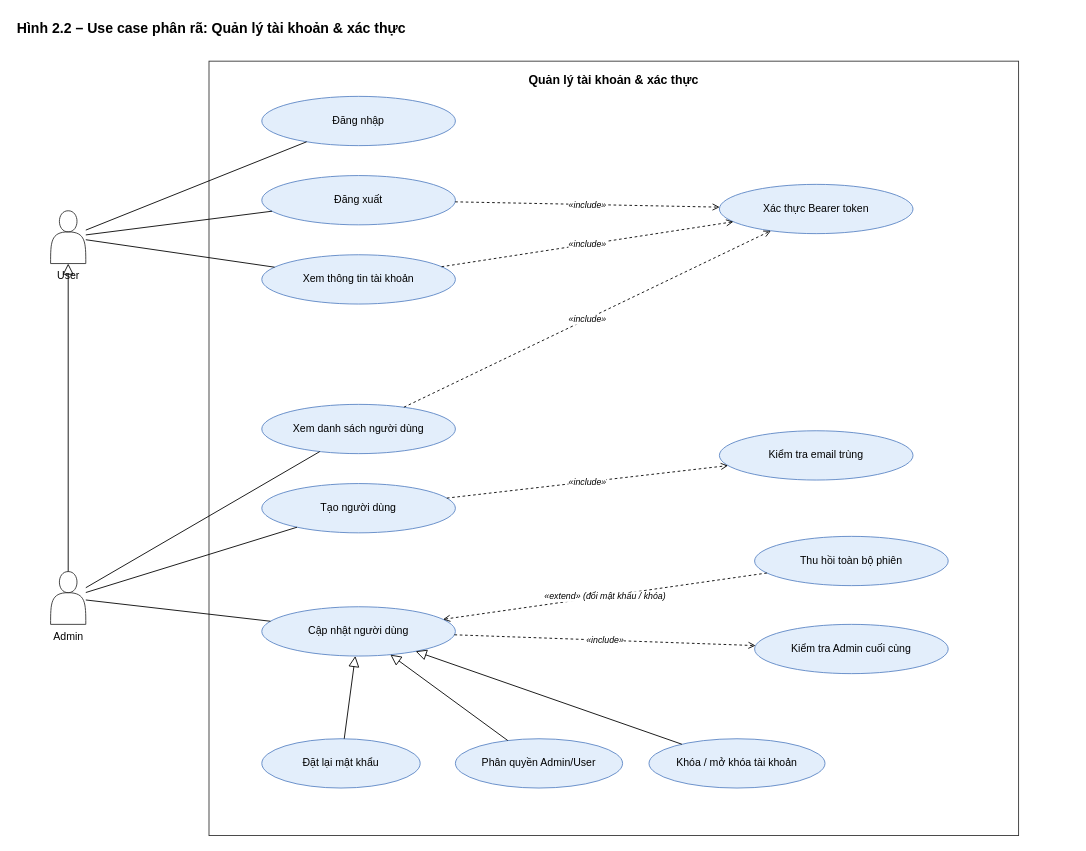
Above: page "2.2 UC Quản lý tài khoản" (7 of 44) of docs/uml/Vehicle_Tracking_UML.drawio in Oszumeiii/Vehicle_Tracking_BE (draw.io), before the change. Source tidied: cells renumbered, new cells numbered last; positions are measured from the earlier drawing's top-left corner, leaving out a move shared by most shapes. Both pictures are drawn from the tidied source at 88%, with x=0, y=0 at pixel (15, 15).
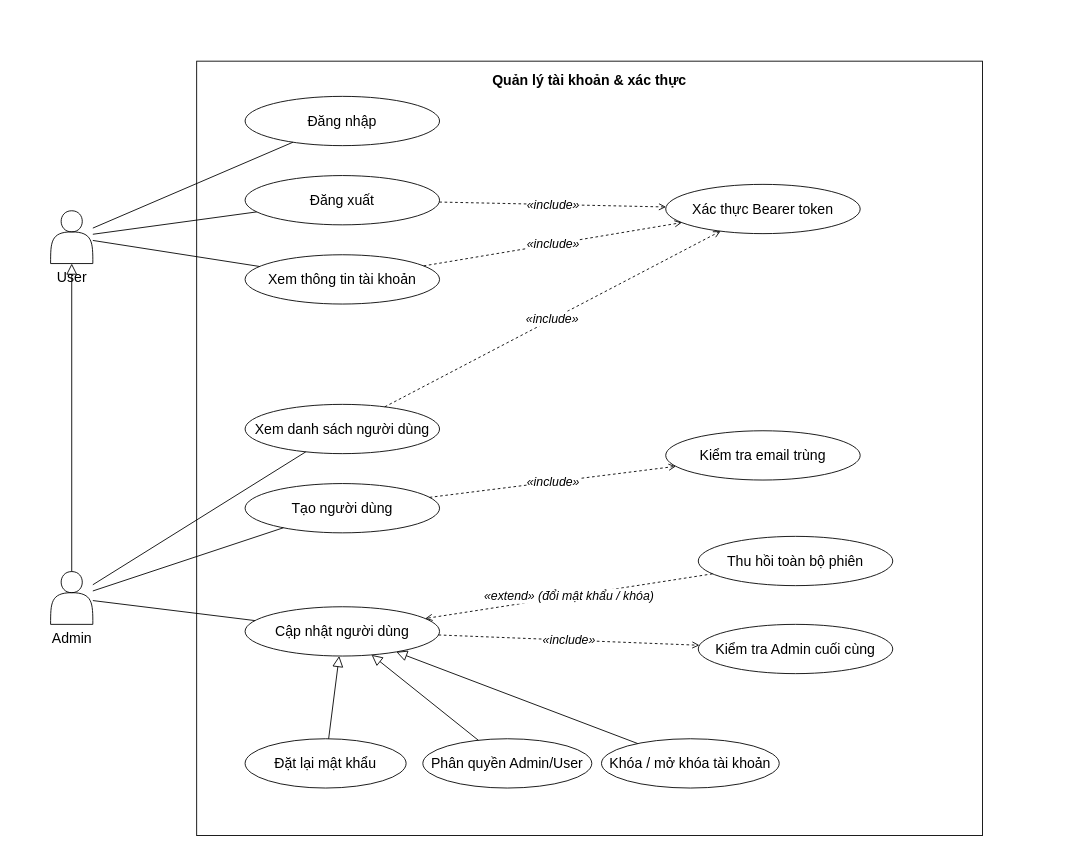
After the change.

Change to the diagram source:
```diff
@@
-    <mxCell id="2" value="Hình 2.2 – Use case phân rã: Quản lý tài khoản &amp; xác thực" style="fontFamily=Helvetica;fontSize=12;text;html=1;fontStyle=1;fontSize=16;align=left;verticalAlign=middle;strokeColor=none;fillColor=none;" parent="1" vertex="1">
-      <mxGeometry width="1200" height="30" as="geometry" />
-    </mxCell>
-    <mxCell id="3" value="Quản lý tài khoản &amp; xác thực" style="fontFamily=Helvetica;fontSize=12;rounded=0;whiteSpace=wrap;html=1;fillColor=none;strokeColor=#333333;verticalAlign=top;fontStyle=1;fontSize=14;spacingTop=6;" parent="1" vertex="1">
-      <mxGeometry x="220" y="52" width="920" height="880" as="geometry" />
+    <mxCell id="3" value="Quản lý tài khoản &amp; xác thực" style="fontFamily=Helvetica;fontSize=16;rounded=0;whiteSpace=wrap;html=1;fillColor=none;strokeColor=#000000;verticalAlign=top;fontStyle=1;fontSize=16;spacingTop=6;" parent="1" vertex="1">
+      <mxGeometry x="206" y="52" width="893" height="880" as="geometry" />
     </mxCell>
-    <mxCell id="4" value="User" style="fontFamily=Helvetica;fontSize=12;shape=actor;verticalLabelPosition=bottom;verticalAlign=top;html=1;fillColor=#FFFFFF;strokeColor=#333333;labelBackgroundColor=none;" parent="1" vertex="1">
-      <mxGeometry x="40" y="222" width="40" height="60" as="geometry" />
+    <mxCell id="4" value="User" style="fontFamily=Helvetica;fontSize=16;shape=actor;verticalLabelPosition=bottom;verticalAlign=top;html=1;fillColor=#FFFFFF;strokeColor=#000000;labelBackgroundColor=none;" parent="1" vertex="1">
+      <mxGeometry x="40" y="222" width="48" height="60" as="geometry" />
     </mxCell>
-    <mxCell id="5" value="Admin" style="fontFamily=Helvetica;fontSize=12;shape=actor;verticalLabelPosition=bottom;verticalAlign=top;html=1;fillColor=#FFFFFF;strokeColor=#333333;labelBackgroundColor=none;" parent="1" vertex="1">
-      <mxGeometry x="40" y="632" width="40" height="60" as="geometry" />
+    <mxCell id="5" value="Admin" style="fontFamily=Helvetica;fontSize=16;shape=actor;verticalLabelPosition=bottom;verticalAlign=top;html=1;fillColor=#FFFFFF;strokeColor=#000000;labelBackgroundColor=none;" parent="1" vertex="1">
+      <mxGeometry x="40" y="632" width="48" height="60" as="geometry" />
     </mxCell>
-    <mxCell id="6" value="Đăng nhập" style="fontFamily=Helvetica;fontSize=12;shape=ellipse;perimeter=ellipsePerimeter;whiteSpace=wrap;html=1;fillColor=#E3EEFB;strokeColor=#5B84C4;" parent="1" vertex="1">
-      <mxGeometry x="280" y="92" width="220" height="56" as="geometry" />
+    <mxCell id="6" value="Đăng nhập" style="fontFamily=Helvetica;fontSize=16;shape=ellipse;perimeter=ellipsePerimeter;whiteSpace=wrap;html=1;fillColor=#FFFFFF;strokeColor=#000000;" parent="1" vertex="1">
+      <mxGeometry x="261" y="92" width="221" height="56" as="geometry" />
     </mxCell>
-    <mxCell id="7" value="Đăng xuất" style="fontFamily=Helvetica;fontSize=12;shape=ellipse;perimeter=ellipsePerimeter;whiteSpace=wrap;html=1;fillColor=#E3EEFB;strokeColor=#5B84C4;" parent="1" vertex="1">
-      <mxGeometry x="280" y="182" width="220" height="56" as="geometry" />
+    <mxCell id="7" value="Đăng xuất" style="fontFamily=Helvetica;fontSize=16;shape=ellipse;perimeter=ellipsePerimeter;whiteSpace=wrap;html=1;fillColor=#FFFFFF;strokeColor=#000000;" parent="1" vertex="1">
+      <mxGeometry x="261" y="182" width="221" height="56" as="geometry" />
     </mxCell>
-    <mxCell id="8" value="Xem thông tin tài khoản" style="fontFamily=Helvetica;fontSize=12;shape=ellipse;perimeter=ellipsePerimeter;whiteSpace=wrap;html=1;fillColor=#E3EEFB;strokeColor=#5B84C4;" parent="1" vertex="1">
-      <mxGeometry x="280" y="272" width="220" height="56" as="geometry" />
+    <mxCell id="8" value="Xem thông tin tài khoản" style="fontFamily=Helvetica;fontSize=16;shape=ellipse;perimeter=ellipsePerimeter;whiteSpace=wrap;html=1;fillColor=#FFFFFF;strokeColor=#000000;" parent="1" vertex="1">
+      <mxGeometry x="261" y="272" width="221" height="56" as="geometry" />
     </mxCell>
-    <mxCell id="9" value="Xem danh sách người dùng" style="fontFamily=Helvetica;fontSize=12;shape=ellipse;perimeter=ellipsePerimeter;whiteSpace=wrap;html=1;fillColor=#E3EEFB;strokeColor=#5B84C4;" parent="1" vertex="1">
-      <mxGeometry x="280" y="442" width="220" height="56" as="geometry" />
+    <mxCell id="9" value="Xem danh sách người dùng" style="fontFamily=Helvetica;fontSize=16;shape=ellipse;perimeter=ellipsePerimeter;whiteSpace=wrap;html=1;fillColor=#FFFFFF;strokeColor=#000000;" parent="1" vertex="1">
+      <mxGeometry x="261" y="442" width="221" height="56" as="geometry" />
     </mxCell>
-    <mxCell id="10" value="Tạo người dùng" style="fontFamily=Helvetica;fontSize=12;shape=ellipse;perimeter=ellipsePerimeter;whiteSpace=wrap;html=1;fillColor=#E3EEFB;strokeColor=#5B84C4;" parent="1" vertex="1">
-      <mxGeometry x="280" y="532" width="220" height="56" as="geometry" />
+    <mxCell id="10" value="Tạo người dùng" style="fontFamily=Helvetica;fontSize=16;shape=ellipse;perimeter=ellipsePerimeter;whiteSpace=wrap;html=1;fillColor=#FFFFFF;strokeColor=#000000;" parent="1" vertex="1">
+      <mxGeometry x="261" y="532" width="221" height="56" as="geometry" />
     </mxCell>
-    <mxCell id="11" value="Cập nhật người dùng" style="fontFamily=Helvetica;fontSize=12;shape=ellipse;perimeter=ellipsePerimeter;whiteSpace=wrap;html=1;fillColor=#E3EEFB;strokeColor=#5B84C4;" parent="1" vertex="1">
-      <mxGeometry x="280" y="672" width="220" height="56" as="geometry" />
+    <mxCell id="11" value="Cập nhật người dùng" style="fontFamily=Helvetica;fontSize=16;shape=ellipse;perimeter=ellipsePerimeter;whiteSpace=wrap;html=1;fillColor=#FFFFFF;strokeColor=#000000;" parent="1" vertex="1">
+      <mxGeometry x="261" y="672" width="221" height="56" as="geometry" />
     </mxCell>
-    <mxCell id="12" value="Đặt lại mật khẩu" style="fontFamily=Helvetica;fontSize=12;shape=ellipse;perimeter=ellipsePerimeter;whiteSpace=wrap;html=1;fillColor=#E3EEFB;strokeColor=#5B84C4;" parent="1" vertex="1">
-      <mxGeometry x="280" y="822" width="180" height="56" as="geometry" />
+    <mxCell id="12" value="Đặt lại mật khẩu" style="fontFamily=Helvetica;fontSize=16;shape=ellipse;perimeter=ellipsePerimeter;whiteSpace=wrap;html=1;fillColor=#FFFFFF;strokeColor=#000000;" parent="1" vertex="1">
+      <mxGeometry x="261" y="822" width="183" height="56" as="geometry" />
     </mxCell>
-    <mxCell id="13" value="Phân quyền Admin/User" style="fontFamily=Helvetica;fontSize=12;shape=ellipse;perimeter=ellipsePerimeter;whiteSpace=wrap;html=1;fillColor=#E3EEFB;strokeColor=#5B84C4;" parent="1" vertex="1">
-      <mxGeometry x="500" y="822" width="190" height="56" as="geometry" />
+    <mxCell id="13" value="Phân quyền Admin/User" style="fontFamily=Helvetica;fontSize=16;shape=ellipse;perimeter=ellipsePerimeter;whiteSpace=wrap;html=1;fillColor=#FFFFFF;strokeColor=#000000;" parent="1" vertex="1">
+      <mxGeometry x="463" y="822" width="192" height="56" as="geometry" />
     </mxCell>
-    <mxCell id="14" value="Khóa / mở khóa tài khoản" style="fontFamily=Helvetica;fontSize=12;shape=ellipse;perimeter=ellipsePerimeter;whiteSpace=wrap;html=1;fillColor=#E3EEFB;strokeColor=#5B84C4;" parent="1" vertex="1">
-      <mxGeometry x="720" y="822" width="200" height="56" as="geometry" />
+    <mxCell id="14" value="Khóa / mở khóa tài khoản" style="fontFamily=Helvetica;fontSize=16;shape=ellipse;perimeter=ellipsePerimeter;whiteSpace=wrap;html=1;fillColor=#FFFFFF;strokeColor=#000000;" parent="1" vertex="1">
+      <mxGeometry x="666" y="822" width="202" height="56" as="geometry" />
     </mxCell>
-    <mxCell id="15" value="Xác thực Bearer token" style="fontFamily=Helvetica;fontSize=12;shape=ellipse;perimeter=ellipsePerimeter;whiteSpace=wrap;html=1;fillColor=#E3EEFB;strokeColor=#5B84C4;" parent="1" vertex="1">
-      <mxGeometry x="800" y="192" width="220" height="56" as="geometry" />
+    <mxCell id="15" value="Xác thực Bearer token" style="fontFamily=Helvetica;fontSize=16;shape=ellipse;perimeter=ellipsePerimeter;whiteSpace=wrap;html=1;fillColor=#FFFFFF;strokeColor=#000000;" parent="1" vertex="1">
+      <mxGeometry x="739" y="192" width="221" height="56" as="geometry" />
     </mxCell>
-    <mxCell id="16" value="Thu hồi toàn bộ phiên" style="fontFamily=Helvetica;fontSize=12;shape=ellipse;perimeter=ellipsePerimeter;whiteSpace=wrap;html=1;fillColor=#E3EEFB;strokeColor=#5B84C4;" parent="1" vertex="1">
-      <mxGeometry x="840" y="592" width="220" height="56" as="geometry" />
+    <mxCell id="16" value="Thu hồi toàn bộ phiên" style="fontFamily=Helvetica;fontSize=16;shape=ellipse;perimeter=ellipsePerimeter;whiteSpace=wrap;html=1;fillColor=#FFFFFF;strokeColor=#000000;" parent="1" vertex="1">
+      <mxGeometry x="776" y="592" width="221" height="56" as="geometry" />
     </mxCell>
-    <mxCell id="17" value="Kiểm tra Admin cuối cùng" style="fontFamily=Helvetica;fontSize=12;shape=ellipse;perimeter=ellipsePerimeter;whiteSpace=wrap;html=1;fillColor=#E3EEFB;strokeColor=#5B84C4;" parent="1" vertex="1">
-      <mxGeometry x="840" y="692" width="220" height="56" as="geometry" />
+    <mxCell id="17" value="Kiểm tra Admin cuối cùng" style="fontFamily=Helvetica;fontSize=16;shape=ellipse;perimeter=ellipsePerimeter;whiteSpace=wrap;html=1;fillColor=#FFFFFF;strokeColor=#000000;" parent="1" vertex="1">
+      <mxGeometry x="776" y="692" width="221" height="56" as="geometry" />
     </mxCell>
-    <mxCell id="18" value="Kiểm tra email trùng" style="fontFamily=Helvetica;fontSize=12;shape=ellipse;perimeter=ellipsePerimeter;whiteSpace=wrap;html=1;fillColor=#E3EEFB;strokeColor=#5B84C4;" parent="1" vertex="1">
-      <mxGeometry x="800" y="472" width="220" height="56" as="geometry" />
+    <mxCell id="18" value="Kiểm tra email trùng" style="fontFamily=Helvetica;fontSize=16;shape=ellipse;perimeter=ellipsePerimeter;whiteSpace=wrap;html=1;fillColor=#FFFFFF;strokeColor=#000000;" parent="1" vertex="1">
+      <mxGeometry x="739" y="472" width="221" height="56" as="geometry" />
     </mxCell>
@@
-    <mxCell id="29" value="«include»" style="fontFamily=Helvetica;fontSize=12;endArrow=open;endFill=0;dashed=1;html=1;fontSize=10;fontStyle=2;labelBackgroundColor=#FFFFFF;" parent="1" edge="1" source="7" target="15">
+    <mxCell id="29" value="«include»" style="fontFamily=Helvetica;fontSize=16;endArrow=open;endFill=0;dashed=1;html=1;fontSize=14;fontStyle=2;labelBackgroundColor=#FFFFFF;" parent="1" edge="1" source="7" target="15">
       <mxGeometry relative="1" as="geometry" />
     </mxCell>
-    <mxCell id="30" value="«include»" style="fontFamily=Helvetica;fontSize=12;endArrow=open;endFill=0;dashed=1;html=1;fontSize=10;fontStyle=2;labelBackgroundColor=#FFFFFF;" parent="1" edge="1" source="8" target="15">
+    <mxCell id="30" value="«include»" style="fontFamily=Helvetica;fontSize=16;endArrow=open;endFill=0;dashed=1;html=1;fontSize=14;fontStyle=2;labelBackgroundColor=#FFFFFF;" parent="1" edge="1" source="8" target="15">
       <mxGeometry relative="1" as="geometry" />
     </mxCell>
-    <mxCell id="31" value="«include»" style="fontFamily=Helvetica;fontSize=12;endArrow=open;endFill=0;dashed=1;html=1;fontSize=10;fontStyle=2;labelBackgroundColor=#FFFFFF;" parent="1" edge="1" source="9" target="15">
+    <mxCell id="31" value="«include»" style="fontFamily=Helvetica;fontSize=16;endArrow=open;endFill=0;dashed=1;html=1;fontSize=14;fontStyle=2;labelBackgroundColor=#FFFFFF;" parent="1" edge="1" source="9" target="15">
       <mxGeometry relative="1" as="geometry" />
     </mxCell>
-    <mxCell id="32" value="«include»" style="fontFamily=Helvetica;fontSize=12;endArrow=open;endFill=0;dashed=1;html=1;fontSize=10;fontStyle=2;labelBackgroundColor=#FFFFFF;" parent="1" edge="1" source="10" target="18">
+    <mxCell id="32" value="«include»" style="fontFamily=Helvetica;fontSize=16;endArrow=open;endFill=0;dashed=1;html=1;fontSize=14;fontStyle=2;labelBackgroundColor=#FFFFFF;" parent="1" edge="1" source="10" target="18">
       <mxGeometry relative="1" as="geometry" />
     </mxCell>
-    <mxCell id="33" value="«extend» (đổi mật khẩu / khóa)" style="fontFamily=Helvetica;fontSize=12;endArrow=open;endFill=0;dashed=1;html=1;fontSize=10;fontStyle=2;labelBackgroundColor=#FFFFFF;" parent="1" edge="1" source="16" target="11">
+    <mxCell id="33" value="«extend» (đổi mật khẩu / khóa)" style="fontFamily=Helvetica;fontSize=16;endArrow=open;endFill=0;dashed=1;html=1;fontSize=14;fontStyle=2;labelBackgroundColor=#FFFFFF;" parent="1" edge="1" source="16" target="11">
       <mxGeometry relative="1" as="geometry" />
     </mxCell>
-    <mxCell id="34" value="«include»" style="fontFamily=Helvetica;fontSize=12;endArrow=open;endFill=0;dashed=1;html=1;fontSize=10;fontStyle=2;labelBackgroundColor=#FFFFFF;" parent="1" edge="1" source="11" target="17">
+    <mxCell id="34" value="«include»" style="fontFamily=Helvetica;fontSize=16;endArrow=open;endFill=0;dashed=1;html=1;fontSize=14;fontStyle=2;labelBackgroundColor=#FFFFFF;" parent="1" edge="1" source="11" target="17">
       <mxGeometry relative="1" as="geometry" />
     </mxCell>
```
